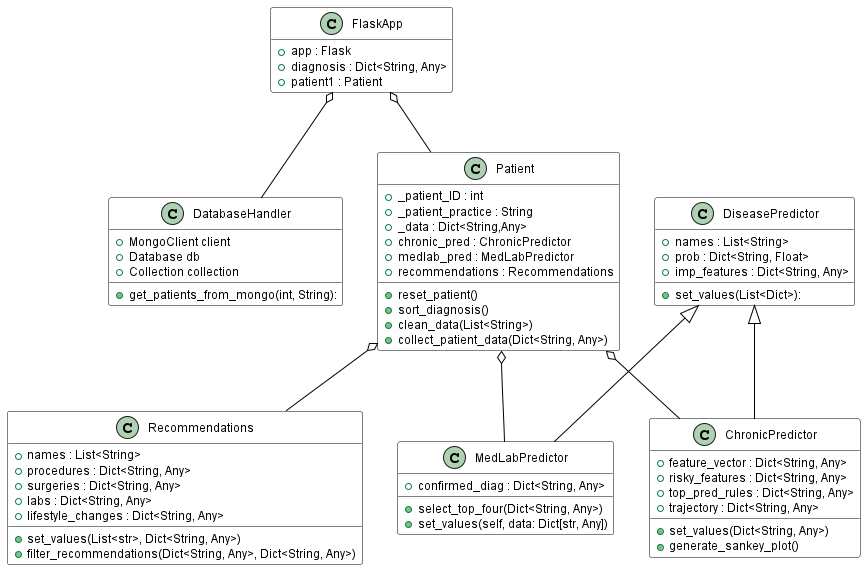
The PlantUML diagram out/umldiagram/umldiagram.png in abdulhadikhadim/Web-App-To-Demonstrate-Exisiting-ML-Models-in-Unison, before a commit. The source it was exported from:
```plantuml
@startuml
skinparam class {
    BackgroundColor White
    ArrowColor Black
    BorderColor Black
    FontSize 14
    FontColor Black
    AttributeFontColor Black
    AttributeFontSize 12
    StereotypeFontSize 14
}

!define Dataclass class
hide empty members


    Dataclass DiseasePredictor {
        + names : List<String>
        + prob : Dict<String, Float>
        + imp_features : Dict<String, Any>
        + set_values(List<Dict>):
    }

    Dataclass ChronicPredictor extends DiseasePredictor {
        + feature_vector : Dict<String, Any>
        + risky_features : Dict<String, Any>
        + top_pred_rules : Dict<String, Any>
        + trajectory : Dict<String, Any>
        + set_values(Dict<String, Any>)
        + generate_sankey_plot()
    }

    Dataclass MedLabPredictor extends DiseasePredictor {
        + confirmed_diag : Dict<String, Any>
        + select_top_four(Dict<String, Any>)
        + set_values(self, data: Dict[str, Any])
    }

    Dataclass Recommendations {
        + names : List<String>
        + procedures : Dict<String, Any>
        + surgeries : Dict<String, Any>
        + labs : Dict<String, Any>
        + lifestyle_changes : Dict<String, Any>
        + set_values(List<str>, Dict<String, Any>)
        + filter_recommendations(Dict<String, Any>, Dict<String, Any>)
    }



    class DatabaseHandler {
        + MongoClient client
        + Database db
        + Collection collection
        + get_patients_from_mongo(int, String):
    }

    class Patient {
        + _patient_ID : int
        + _patient_practice : String
        + _data : Dict<String,Any>
        + chronic_pred : ChronicPredictor
        + medlab_pred : MedLabPredictor
        + recommendations : Recommendations
        + reset_patient()
        + sort_diagnosis()
        + clean_data(List<String>)
        + collect_patient_data(Dict<String, Any>)
    }



    class FlaskApp {
        + app : Flask
        + diagnosis : Dict<String, Any>
        + patient1 : Patient
    }




Patient o-- ChronicPredictor
Patient o-- MedLabPredictor
Patient o-- Recommendations
FlaskApp o-- Patient
FlaskApp o-- DatabaseHandler

Recommendations -[hidden] MedLabPredictor
MedLabPredictor -[hidden] ChronicPredictor

@enduml
```
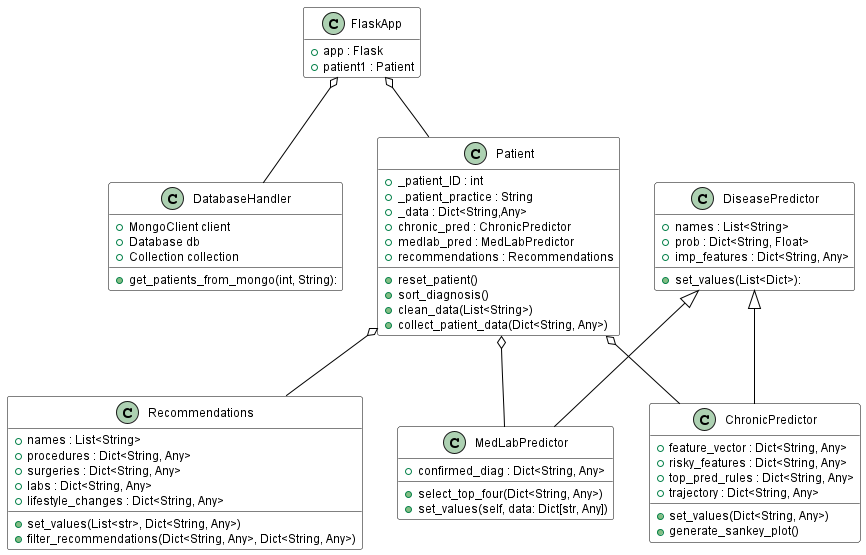
The same diagram one commit later.

Diff of the diagram source:
```diff
@@ -72,7 +72,6 @@
 
     class FlaskApp {
         + app : Flask
-        + diagnosis : Dict<String, Any>
         + patient1 : Patient
     }
 
```
